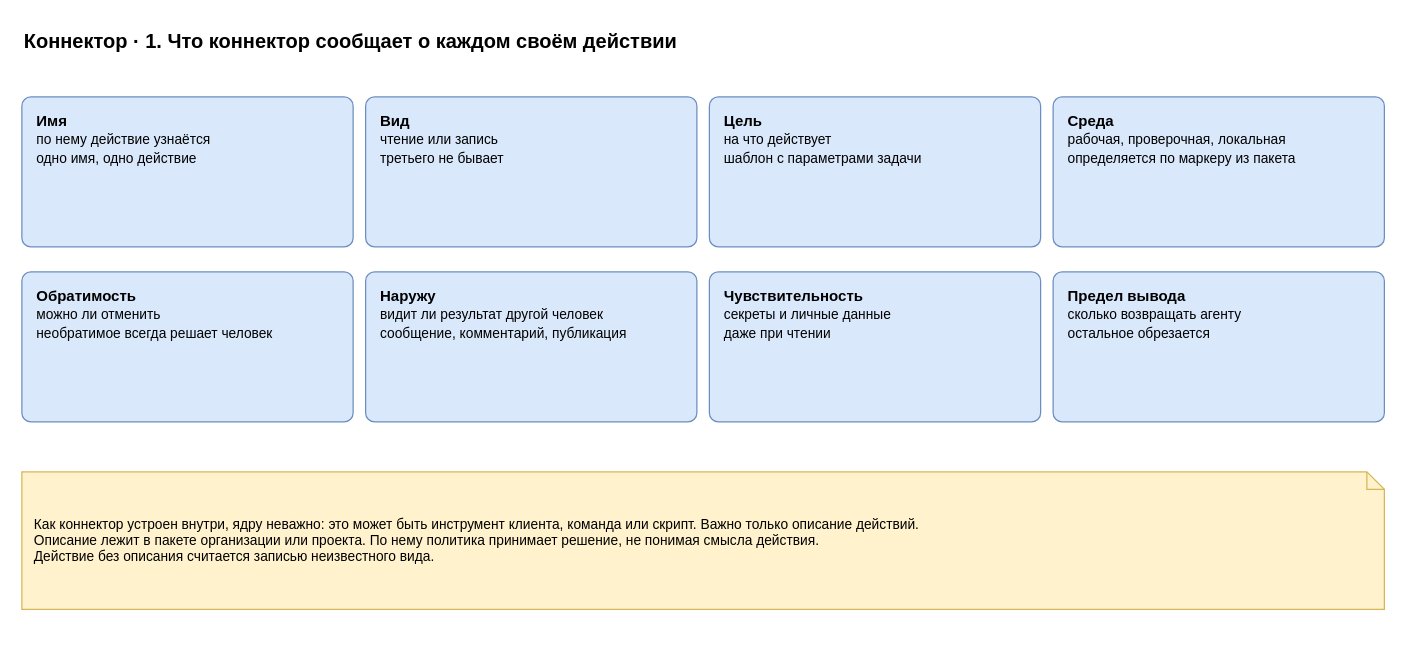
Before: page "1. Описание действия" (1 of 6) of docs/spec/harness-connector.drawio in roygkov/reins, a draw.io diagram. Source tidied: cells renumbered, new cells numbered last; positions are measured from the earlier drawing's top-left corner, leaving out a move shared by most shapes. Both pictures are drawn from the tidied source at 125%, with x=0, y=0 at pixel (21, 21).
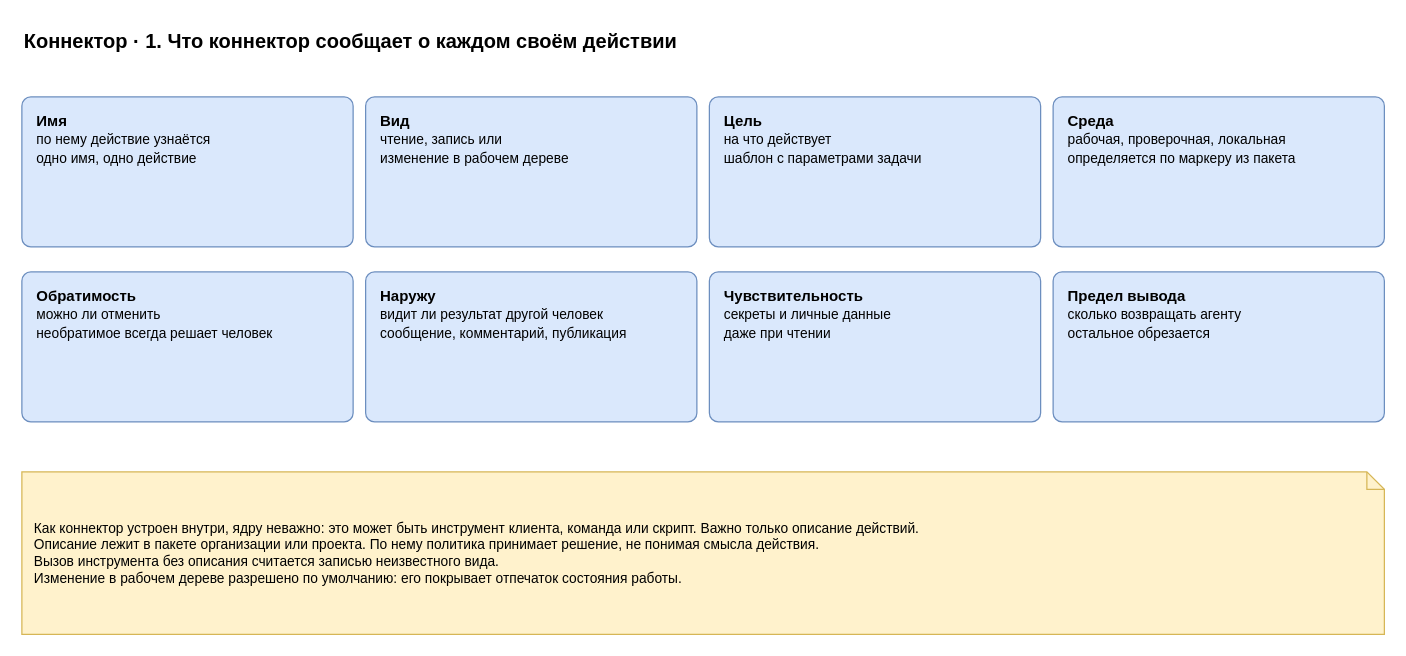
Above is the later version.

Change to the diagram source:
```diff
@@
 <mxGraphModel>
   <root>
     <mxCell id="0" />
     <mxCell id="1" parent="0" />
     <mxCell id="2" value="Коннектор · 1. Что коннектор сообщает о каждом своём действии" style="text;html=1;align=left;verticalAlign=middle;whiteSpace=wrap;fontSize=16;strokeColor=none;fillColor=none;fontStyle=1;" parent="1" vertex="1">
       <mxGeometry width="900" height="30" as="geometry" />
     </mxCell>
     <mxCell id="3" value="&lt;b&gt;Имя&lt;/b&gt;&lt;br&gt;&lt;font style=&quot;font-size:11px&quot;&gt;по нему действие узнаётся&lt;br&gt;одно имя, одно действие&lt;/font&gt;" style="rounded=1;whiteSpace=wrap;html=1;fillColor=#dae8fc;strokeColor=#6c8ebf;arcSize=6;align=left;verticalAlign=top;spacingLeft=10;spacingTop=6;spacingRight=6;" parent="1" vertex="1">
       <mxGeometry y="60" width="265" height="120" as="geometry" />
     </mxCell>
-    <mxCell id="4" value="&lt;b&gt;Вид&lt;/b&gt;&lt;br&gt;&lt;font style=&quot;font-size:11px&quot;&gt;чтение или запись&lt;br&gt;третьего не бывает&lt;/font&gt;" style="rounded=1;whiteSpace=wrap;html=1;fillColor=#dae8fc;strokeColor=#6c8ebf;arcSize=6;align=left;verticalAlign=top;spacingLeft=10;spacingTop=6;spacingRight=6;" parent="1" vertex="1">
+    <mxCell id="4" value="&lt;b&gt;Вид&lt;/b&gt;&lt;br&gt;&lt;font style=&quot;font-size:11px&quot;&gt;чтение, запись или&lt;br&gt;изменение в рабочем дереве&lt;/font&gt;" style="rounded=1;whiteSpace=wrap;html=1;fillColor=#dae8fc;strokeColor=#6c8ebf;arcSize=6;align=left;verticalAlign=top;spacingLeft=10;spacingTop=6;spacingRight=6;" parent="1" vertex="1">
       <mxGeometry x="275" y="60" width="265" height="120" as="geometry" />
     </mxCell>
     <mxCell id="5" value="&lt;b&gt;Цель&lt;/b&gt;&lt;br&gt;&lt;font style=&quot;font-size:11px&quot;&gt;на что действует&lt;br&gt;шаблон с параметрами задачи&lt;/font&gt;" style="rounded=1;whiteSpace=wrap;html=1;fillColor=#dae8fc;strokeColor=#6c8ebf;arcSize=6;align=left;verticalAlign=top;spacingLeft=10;spacingTop=6;spacingRight=6;" parent="1" vertex="1">
       <mxGeometry x="550" y="60" width="265" height="120" as="geometry" />
     </mxCell>
     <mxCell id="6" value="&lt;b&gt;Среда&lt;/b&gt;&lt;br&gt;&lt;font style=&quot;font-size:11px&quot;&gt;рабочая, проверочная, локальная&lt;br&gt;определяется по маркеру из пакета&lt;/font&gt;" style="rounded=1;whiteSpace=wrap;html=1;fillColor=#dae8fc;strokeColor=#6c8ebf;arcSize=6;align=left;verticalAlign=top;spacingLeft=10;spacingTop=6;spacingRight=6;" parent="1" vertex="1">
       <mxGeometry x="825" y="60" width="265" height="120" as="geometry" />
     </mxCell>
     <mxCell id="7" value="&lt;b&gt;Обратимость&lt;/b&gt;&lt;br&gt;&lt;font style=&quot;font-size:11px&quot;&gt;можно ли отменить&lt;br&gt;необратимое всегда решает человек&lt;/font&gt;" style="rounded=1;whiteSpace=wrap;html=1;fillColor=#dae8fc;strokeColor=#6c8ebf;arcSize=6;align=left;verticalAlign=top;spacingLeft=10;spacingTop=6;spacingRight=6;" parent="1" vertex="1">
       <mxGeometry y="200" width="265" height="120" as="geometry" />
     </mxCell>
     <mxCell id="8" value="&lt;b&gt;Наружу&lt;/b&gt;&lt;br&gt;&lt;font style=&quot;font-size:11px&quot;&gt;видит ли результат другой человек&lt;br&gt;сообщение, комментарий, публикация&lt;/font&gt;" style="rounded=1;whiteSpace=wrap;html=1;fillColor=#dae8fc;strokeColor=#6c8ebf;arcSize=6;align=left;verticalAlign=top;spacingLeft=10;spacingTop=6;spacingRight=6;" parent="1" vertex="1">
       <mxGeometry x="275" y="200" width="265" height="120" as="geometry" />
     </mxCell>
     <mxCell id="9" value="&lt;b&gt;Чувствительность&lt;/b&gt;&lt;br&gt;&lt;font style=&quot;font-size:11px&quot;&gt;секреты и личные данные&lt;br&gt;даже при чтении&lt;/font&gt;" style="rounded=1;whiteSpace=wrap;html=1;fillColor=#dae8fc;strokeColor=#6c8ebf;arcSize=6;align=left;verticalAlign=top;spacingLeft=10;spacingTop=6;spacingRight=6;" parent="1" vertex="1">
       <mxGeometry x="550" y="200" width="265" height="120" as="geometry" />
     </mxCell>
     <mxCell id="10" value="&lt;b&gt;Предел вывода&lt;/b&gt;&lt;br&gt;&lt;font style=&quot;font-size:11px&quot;&gt;сколько возвращать агенту&lt;br&gt;остальное обрезается&lt;/font&gt;" style="rounded=1;whiteSpace=wrap;html=1;fillColor=#dae8fc;strokeColor=#6c8ebf;arcSize=6;align=left;verticalAlign=top;spacingLeft=10;spacingTop=6;spacingRight=6;" parent="1" vertex="1">
       <mxGeometry x="825" y="200" width="265" height="120" as="geometry" />
     </mxCell>
-    <mxCell id="11" value="Как коннектор устроен внутри, ядру неважно: это может быть инструмент клиента, команда или скрипт. Важно только описание действий.&lt;br&gt;Описание лежит в пакете организации или проекта. По нему политика принимает решение, не понимая смысла действия.&lt;br&gt;Действие без описания считается записью неизвестного вида." style="shape=note;whiteSpace=wrap;html=1;backgroundOutline=1;size=14;fillColor=#fff2cc;strokeColor=#d6b656;align=left;spacingLeft=8;spacingRight=8;fontSize=11;" parent="1" vertex="1">
-      <mxGeometry y="360" width="1090" height="110" as="geometry" />
+    <mxCell id="11" value="Как коннектор устроен внутри, ядру неважно: это может быть инструмент клиента, команда или скрипт. Важно только описание действий.&lt;br&gt;Описание лежит в пакете организации или проекта. По нему политика принимает решение, не понимая смысла действия.&lt;br&gt;Вызов инструмента без описания считается записью неизвестного вида.&lt;br&gt;Изменение в рабочем дереве разрешено по умолчанию: его покрывает отпечаток состояния работы." style="shape=note;whiteSpace=wrap;html=1;backgroundOutline=1;size=14;fillColor=#fff2cc;strokeColor=#d6b656;align=left;spacingLeft=8;spacingRight=8;fontSize=11;" parent="1" vertex="1">
+      <mxGeometry y="360" width="1090" height="130" as="geometry" />
     </mxCell>
   </root>
 </mxGraphModel>
```
